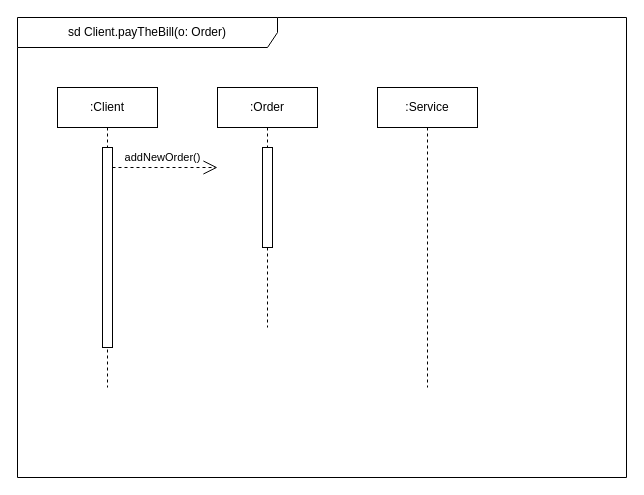
The draw.io diagram ДиаграммаПоследовательностей.drawio in Artvell3000/umlLab2, before the edit. Source tidied: cells renumbered, new cells numbered last; positions are measured from the earlier drawing's top-left corner, leaving out a move shared by most shapes. Both pictures are drawn from the tidied source at 100%, with x=0, y=0 at pixel (17, 17).
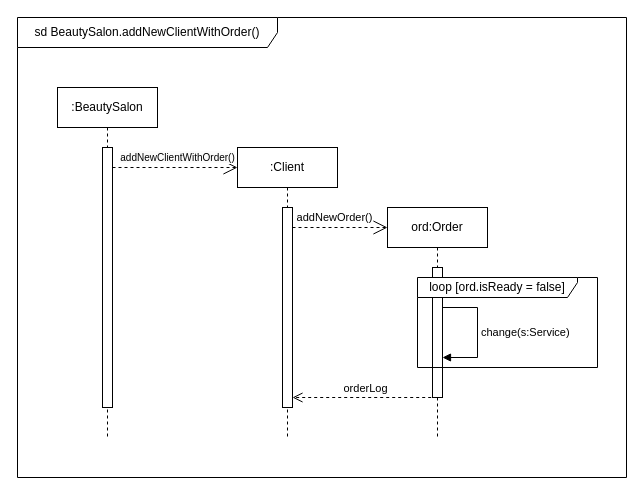
The same page after the edit.

What changed in the source:
```diff
@@
 <mxGraphModel>
   <root>
     <mxCell id="0" />
     <mxCell id="1" parent="0" />
-    <mxCell id="2" value="sd Client.payTheBill(o: Order)" style="shape=umlFrame;whiteSpace=wrap;html=1;width=260;height=30;" parent="1" vertex="1">
+    <mxCell id="2" value="sd BeautySalon.&lt;span style=&quot;border-color: var(--border-color); text-align: left;&quot;&gt;addNewClientWithOrder&lt;/span&gt;()" style="shape=umlFrame;whiteSpace=wrap;html=1;width=260;height=30;" parent="1" vertex="1">
       <mxGeometry width="609" height="460" as="geometry" />
     </mxCell>
-    <mxCell id="3" value=":Client" style="shape=umlLifeline;perimeter=lifelinePerimeter;whiteSpace=wrap;html=1;newEdgeStyle={&quot;curved&quot;:0,&quot;rounded&quot;:0};" parent="1" vertex="1">
-      <mxGeometry x="40" y="70" width="100" height="300" as="geometry" />
+    <mxCell id="3" value=":BeautySalon" style="shape=umlLifeline;perimeter=lifelinePerimeter;whiteSpace=wrap;html=1;newEdgeStyle={&quot;curved&quot;:0,&quot;rounded&quot;:0};" parent="1" vertex="1">
+      <mxGeometry x="40" y="70" width="100" height="350" as="geometry" />
     </mxCell>
     <mxCell id="4" style="html=1;perimeter=orthogonalPerimeter;targetShapes=umlLifeline;newEdgeStyle={&quot;curved&quot;:0,&quot;rounded&quot;:0};" parent="3" vertex="1">
-      <mxGeometry x="45" y="60" width="10" height="200" as="geometry" />
+      <mxGeometry x="45" y="60" width="10" height="260" as="geometry" />
     </mxCell>
-    <mxCell id="5" value=":Service" style="shape=umlLifeline;perimeter=lifelinePerimeter;whiteSpace=wrap;html=1;newEdgeStyle={&quot;curved&quot;:0,&quot;rounded&quot;:0};" parent="1" vertex="1">
-      <mxGeometry x="360" y="70" width="100" height="300" as="geometry" />
+    <mxCell id="5" value="ord:Order" style="shape=umlLifeline;perimeter=lifelinePerimeter;whiteSpace=wrap;html=1;newEdgeStyle={&quot;curved&quot;:0,&quot;rounded&quot;:0};" parent="1" vertex="1">
+      <mxGeometry x="370" y="190" width="100" height="230" as="geometry" />
     </mxCell>
-    <mxCell id="6" value="addNewOrder()" style="endArrow=open;endSize=12;dashed=1;html=1;rounded=0;" parent="1" edge="1">
-      <mxGeometry x="-0.04" y="10" relative="1" as="geometry">
-        <mxPoint x="95" y="150" as="sourcePoint" />
-        <mxPoint x="200" y="150" as="targetPoint" />
-      </mxGeometry>
-    </mxCell>
+    <mxCell id="9" style="html=1;points=[[0,0,0,0,5],[0,1,0,0,-5],[1,0,0,0,5],[1,1,0,0,-5]];perimeter=orthogonalPerimeter;outlineConnect=0;targetShapes=umlLifeline;portConstraint=eastwest;newEdgeStyle={&quot;curved&quot;:0,&quot;rounded&quot;:0};" parent="5" vertex="1">
+      <mxGeometry x="45" y="60" width="10" height="130" as="geometry" />
+    </mxCell>
+    <mxCell id="10" value="change(s:Service)" style="html=1;align=left;spacingLeft=2;endArrow=block;rounded=0;edgeStyle=orthogonalEdgeStyle;curved=0;rounded=0;" parent="5" edge="1" source="9" target="9">
+      <mxGeometry relative="1" as="geometry">
+        <Array as="points">
+          <mxPoint x="90" y="100" />
+          <mxPoint x="90" y="150" />
+        </Array>
+      </mxGeometry>
+    </mxCell>
-    <mxCell id="7" value=":Order" style="shape=umlLifeline;perimeter=lifelinePerimeter;whiteSpace=wrap;html=1;newEdgeStyle={&quot;curved&quot;:0,&quot;rounded&quot;:0};" parent="1" vertex="1">
-      <mxGeometry x="200" y="70" width="100" height="240" as="geometry" />
+    <mxCell id="7" value=":Client" style="shape=umlLifeline;perimeter=lifelinePerimeter;whiteSpace=wrap;html=1;newEdgeStyle={&quot;curved&quot;:0,&quot;rounded&quot;:0};" parent="1" vertex="1">
+      <mxGeometry x="220" y="130" width="100" height="290" as="geometry" />
     </mxCell>
     <mxCell id="8" style="html=1;points=[[0,0,0,0,5],[0,1,0,0,-5],[1,0,0,0,5],[1,1,0,0,-5]];perimeter=orthogonalPerimeter;outlineConnect=0;targetShapes=umlLifeline;portConstraint=eastwest;newEdgeStyle={&quot;curved&quot;:0,&quot;rounded&quot;:0};" parent="7" vertex="1">
-      <mxGeometry x="45" y="60" width="10" height="100" as="geometry" />
+      <mxGeometry x="45" y="60" width="10" height="200" as="geometry" />
     </mxCell>
+    <mxCell id="11" value="loop [ord.isReady = false]" style="shape=umlFrame;whiteSpace=wrap;html=1;width=160;height=20;" parent="1" vertex="1">
+      <mxGeometry x="400" y="260" width="180" height="90" as="geometry" />
+    </mxCell>
+    <mxCell id="12" value="orderLog" style="html=1;verticalAlign=bottom;endArrow=open;dashed=1;endSize=8;curved=0;rounded=0;exitX=-0.033;exitY=0.895;exitDx=0;exitDy=0;exitPerimeter=0;" parent="1" edge="1" target="8">
+      <mxGeometry relative="1" as="geometry">
+        <mxPoint x="419.7" y="380" as="sourcePoint" />
+      </mxGeometry>
+    </mxCell>
+    <mxCell id="6" value="addNewOrder()" style="endArrow=open;endSize=12;dashed=1;html=1;rounded=0;" parent="1" edge="1" source="8">
+      <mxGeometry x="-0.12" y="10" relative="1" as="geometry">
+        <mxPoint x="370" y="210" as="targetPoint" />
+      </mxGeometry>
+    </mxCell>
+    <mxCell id="13" value="&lt;span style=&quot;border-color: var(--border-color); text-align: left; background-color: rgb(251, 251, 251);&quot;&gt;&lt;font style=&quot;font-size: 10px;&quot;&gt;addNewClientWithOrder()&lt;/font&gt;&lt;/span&gt;" style="endArrow=open;endSize=12;dashed=1;html=1;rounded=0;" parent="1" edge="1">
+      <mxGeometry x="0.04" y="10" relative="1" as="geometry">
+        <mxPoint x="95" y="150" as="sourcePoint" />
+        <mxPoint x="220" y="150" as="targetPoint" />
+      </mxGeometry>
+    </mxCell>
   </root>
 </mxGraphModel>
```
